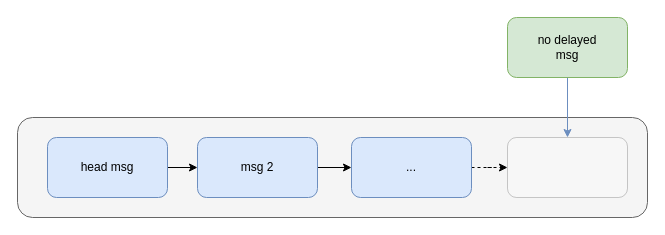
The draw.io diagram Message-no-delayed.drawio in ellisonchan/MineGraph, before the edit. Source tidied: cells renumbered, new cells numbered last; positions are measured from the earlier drawing's top-left corner, leaving out a move shared by most shapes. Both pictures are drawn from the tidied source at 100%, with x=0, y=0 at pixel (17, 17).
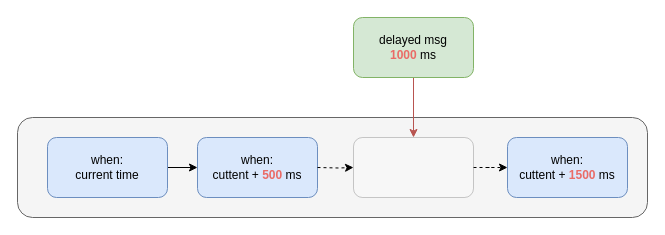
The same page after the edit.

Change to the diagram source:
```diff
@@
 <mxGraphModel>
   <root>
     <mxCell id="0" />
     <mxCell id="1" parent="0" />
     <mxCell id="2" style="rounded=1;whiteSpace=wrap;html=1;fillColor=#f5f5f5;strokeColor=#666666;fontColor=#333333;" parent="1" vertex="1">
       <mxGeometry y="100" width="630" height="100" as="geometry" />
     </mxCell>
-    <mxCell id="3" style="edgeStyle=orthogonalEdgeStyle;rounded=0;jettySize=auto;html=1;" parent="1" edge="1" source="4" target="6">
-      <mxGeometry relative="1" as="geometry" />
-    </mxCell>
-    <mxCell id="4" value="head msg" style="rounded=1;whiteSpace=wrap;html=1;fillColor=#dae8fc;strokeColor=#6c8ebf;" parent="1" vertex="1">
-      <mxGeometry x="30" y="120" width="120" height="60" as="geometry" />
-    </mxCell>
-    <mxCell id="5" style="edgeStyle=orthogonalEdgeStyle;rounded=0;jettySize=auto;html=1;" parent="1" edge="1" source="6" target="8">
-      <mxGeometry relative="1" as="geometry" />
-    </mxCell>
-    <mxCell id="6" value="msg 2" style="rounded=1;whiteSpace=wrap;html=1;fillColor=#dae8fc;strokeColor=#6c8ebf;" parent="1" vertex="1">
-      <mxGeometry x="180" y="120" width="120" height="60" as="geometry" />
-    </mxCell>
-    <mxCell id="7" style="edgeStyle=orthogonalEdgeStyle;rounded=0;jettySize=auto;html=1;dashed=1;" parent="1" edge="1" source="8" target="9">
-      <mxGeometry relative="1" as="geometry" />
-    </mxCell>
-    <mxCell id="8" value="..." style="rounded=1;whiteSpace=wrap;html=1;fillColor=#dae8fc;strokeColor=#6c8ebf;" parent="1" vertex="1">
-      <mxGeometry x="334" y="120" width="120" height="60" as="geometry" />
-    </mxCell>
-    <mxCell id="9" style="rounded=1;whiteSpace=wrap;html=1;opacity=20;" parent="1" vertex="1">
-      <mxGeometry x="490" y="120" width="120" height="60" as="geometry" />
-    </mxCell>
-    <mxCell id="10" style="edgeStyle=orthogonalEdgeStyle;rounded=0;jettySize=auto;html=1;fillColor=#dae8fc;strokeColor=#6c8ebf;" parent="1" edge="1" source="11" target="9">
-      <mxGeometry relative="1" as="geometry" />
-    </mxCell>
-    <mxCell id="11" value="no delayed&lt;br&gt;msg" style="rounded=1;whiteSpace=wrap;html=1;fillColor=#d5e8d4;strokeColor=#82b366;" parent="1" vertex="1">
-      <mxGeometry x="490" width="120" height="60" as="geometry" />
-    </mxCell>
+    <mxCell id="12" style="edgeStyle=orthogonalEdgeStyle;rounded=0;jettySize=auto;html=1;" parent="1" edge="1" source="13" target="14">
+      <mxGeometry relative="1" as="geometry" />
+    </mxCell>
+    <mxCell id="13" value="when: &lt;br&gt;current time" style="rounded=1;whiteSpace=wrap;html=1;fillColor=#dae8fc;strokeColor=#6c8ebf;" parent="1" vertex="1">
+      <mxGeometry x="30" y="120" width="120" height="60" as="geometry" />
+    </mxCell>
+    <mxCell id="14" value="when:&lt;br&gt;cuttent + &lt;b&gt;&lt;font color=&quot;#ea6b66&quot;&gt;500&lt;/font&gt;&lt;/b&gt; ms" style="rounded=1;whiteSpace=wrap;html=1;fillColor=#dae8fc;strokeColor=#6c8ebf;" parent="1" vertex="1">
+      <mxGeometry x="180" y="120" width="120" height="60" as="geometry" />
+    </mxCell>
+    <mxCell id="15" style="edgeStyle=orthogonalEdgeStyle;rounded=0;jettySize=auto;html=1;dashed=1;" parent="1" edge="1" target="18">
+      <mxGeometry relative="1" as="geometry">
+        <mxPoint x="300" y="150" as="sourcePoint" />
+      </mxGeometry>
+    </mxCell>
+    <mxCell id="16" value="when:&lt;br&gt;cuttent + &lt;font color=&quot;#ea6b66&quot;&gt;&lt;b&gt;1500&lt;/b&gt;&lt;/font&gt; ms" style="rounded=1;whiteSpace=wrap;html=1;fillColor=#dae8fc;strokeColor=#6c8ebf;" parent="1" vertex="1">
+      <mxGeometry x="490" y="120" width="120" height="60" as="geometry" />
+    </mxCell>
+    <mxCell id="17" style="edgeStyle=orthogonalEdgeStyle;rounded=0;jettySize=auto;html=1;dashed=1;" parent="1" edge="1" source="18" target="16">
+      <mxGeometry relative="1" as="geometry" />
+    </mxCell>
+    <mxCell id="18" style="rounded=1;whiteSpace=wrap;html=1;opacity=20;" parent="1" vertex="1">
+      <mxGeometry x="336" y="120" width="120" height="60" as="geometry" />
+    </mxCell>
+    <mxCell id="19" style="edgeStyle=orthogonalEdgeStyle;rounded=0;jettySize=auto;html=1;fillColor=#f8cecc;strokeColor=#b85450;" parent="1" edge="1" source="20" target="18">
+      <mxGeometry relative="1" as="geometry" />
+    </mxCell>
+    <mxCell id="20" value="delayed msg&lt;br&gt;&lt;b&gt;&lt;font color=&quot;#ea6b66&quot;&gt;1000 &lt;/font&gt;&lt;/b&gt;ms" style="rounded=1;whiteSpace=wrap;html=1;fillColor=#d5e8d4;strokeColor=#82b366;" parent="1" vertex="1">
+      <mxGeometry x="336" width="120" height="60" as="geometry" />
+    </mxCell>
   </root>
 </mxGraphModel>
```
